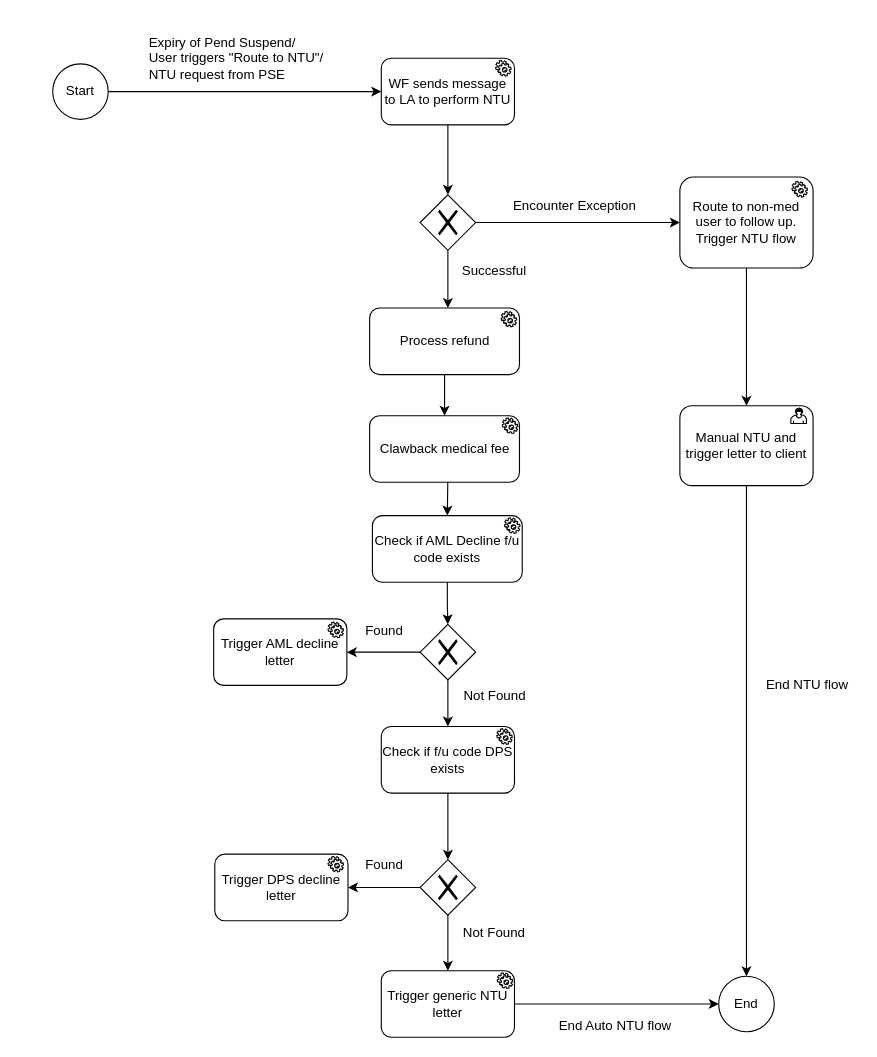
The draw.io diagram page "Auto NTU" (11 of 11) of HS.drawio in Jefferzonlee/WorkFlow-BPR, before the edit. Source tidied: cells renumbered, new cells numbered last; positions are measured from the earlier drawing's top-left corner, leaving out a move shared by most shapes. Both pictures are drawn from the tidied source at 111%, with x=0, y=0 at pixel (52, 19).
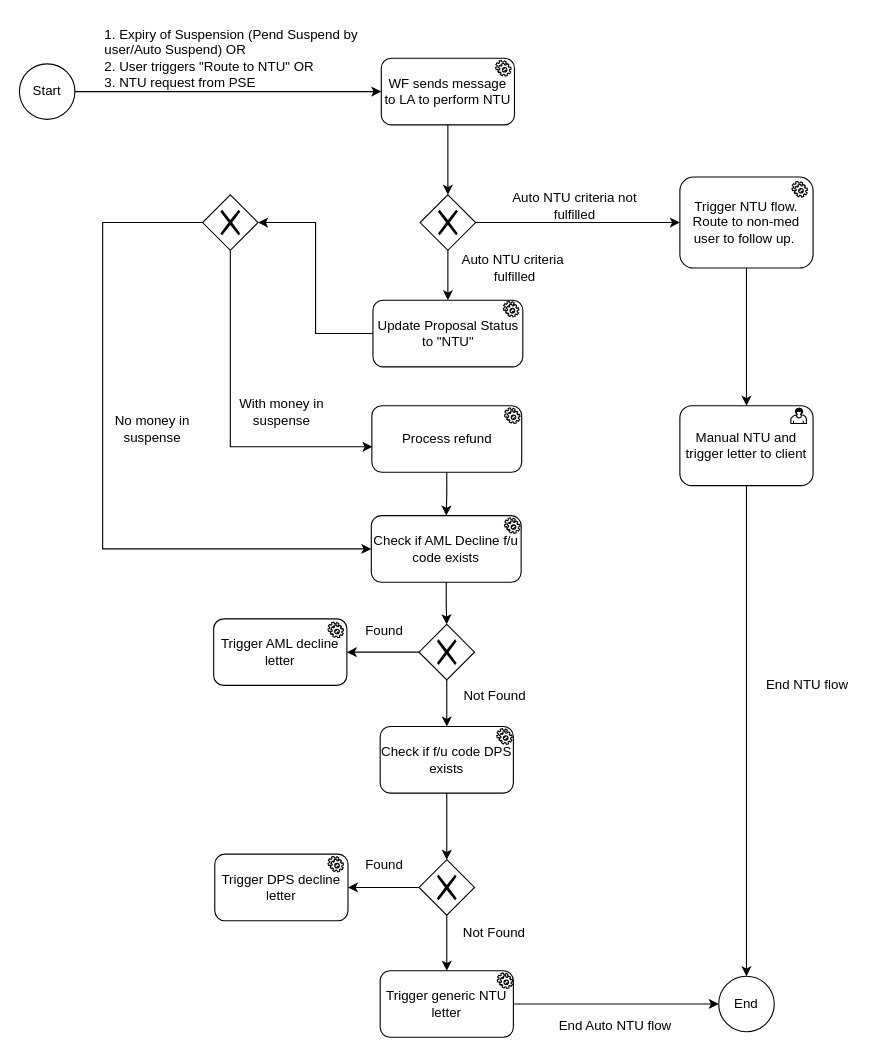
The same page after the edit.

Unchanged cells that the change refers to:
```xml
<mxCell id="9" style="shape=mxgraph.bpmn.shape;html=1;verticalLabelPosition=bottom;labelBackgroundColor=#ffffff;verticalAlign=top;align=center;perimeter=rhombusPerimeter;background=gateway;outlineConnect=0;outline=none;symbol=exclusiveGw;" parent="1" vertex="1">
  <mxGeometry x="331" y="158" width="50" height="50" as="geometry" />
</mxCell>
```

What changed in the source:
```diff
@@
     <mxCell id="3" value="Start" style="ellipse;whiteSpace=wrap;html=1;" parent="1" vertex="1">
-      <mxGeometry y="40" width="50" height="50" as="geometry" />
+      <mxGeometry x="-30" y="40" width="50" height="50" as="geometry" />
     </mxCell>
@@
-    <mxCell id="6" value="Expiry of Pend Suspend/&lt;br&gt;User triggers &quot;Route to NTU&quot;/&lt;br&gt;NTU request from PSE" style="text;html=1;strokeColor=none;fillColor=none;align=left;verticalAlign=middle;whiteSpace=wrap;rounded=0;" parent="1" vertex="1">
-      <mxGeometry x="85" width="170" height="70" as="geometry" />
+    <mxCell id="6" value="1. Expiry of Suspension (Pend Suspend by user/Auto Suspend) OR&amp;nbsp;&lt;br&gt;2. User triggers &quot;Route to NTU&quot; OR&lt;br&gt;3. NTU request from PSE" style="text;html=1;strokeColor=none;fillColor=none;align=left;verticalAlign=middle;whiteSpace=wrap;rounded=0;" parent="1" vertex="1">
+      <mxGeometry x="45" width="240" height="70" as="geometry" />
     </mxCell>
-    <mxCell id="7" style="edgeStyle=orthogonalEdgeStyle;rounded=0;jettySize=auto;html=1;entryX=0.5;entryY=0;entryDx=0;entryDy=0;" parent="1" edge="1" source="9">
-      <mxGeometry relative="1" as="geometry">
-        <mxPoint x="356" y="260" as="targetPoint" />
-      </mxGeometry>
-    </mxCell>
@@
+    <mxCell id="51" style="edgeStyle=orthogonalEdgeStyle;rounded=0;jettySize=auto;html=1;entryX=0.5;entryY=0;entryDx=0;entryDy=0;" parent="1" edge="1" source="9" target="58">
+      <mxGeometry relative="1" as="geometry" />
+    </mxCell>
@@
-    <mxCell id="10" value="Successful" style="text;html=1;strokeColor=none;fillColor=none;align=center;verticalAlign=middle;whiteSpace=wrap;rounded=0;" parent="1" vertex="1">
-      <mxGeometry x="353" y="208" width="90" height="37" as="geometry" />
-    </mxCell>
-    <mxCell id="11" value="Encounter Exception" style="text;html=1;strokeColor=none;fillColor=none;align=center;verticalAlign=middle;whiteSpace=wrap;rounded=0;" parent="1" vertex="1">
+    <mxCell id="11" value="Auto NTU criteria not fulfilled" style="text;html=1;strokeColor=none;fillColor=none;align=center;verticalAlign=middle;whiteSpace=wrap;rounded=0;" parent="1" vertex="1">
       <mxGeometry x="406" y="149" width="129" height="37" as="geometry" />
     </mxCell>
@@
     <mxCell id="14" style="shape=mxgraph.bpmn.shape;html=1;verticalLabelPosition=bottom;labelBackgroundColor=#ffffff;verticalAlign=top;align=center;perimeter=rhombusPerimeter;background=gateway;outlineConnect=0;outline=none;symbol=exclusiveGw;" parent="1" vertex="1">
-      <mxGeometry x="331" y="545" width="50" height="50" as="geometry" />
+      <mxGeometry x="330" y="545" width="50" height="50" as="geometry" />
     </mxCell>
@@
     <mxCell id="19" style="shape=mxgraph.bpmn.shape;html=1;verticalLabelPosition=bottom;labelBackgroundColor=#ffffff;verticalAlign=top;align=center;perimeter=rhombusPerimeter;background=gateway;outlineConnect=0;outline=none;symbol=exclusiveGw;" parent="1" vertex="1">
-      <mxGeometry x="331" y="757" width="50" height="50" as="geometry" />
+      <mxGeometry x="330" y="757" width="50" height="50" as="geometry" />
     </mxCell>
@@
     <mxCell id="23" value="&lt;span style=&quot;text-align: left&quot;&gt;Check if AML Decline f/u code exists&lt;/span&gt;" style="rounded=1;whiteSpace=wrap;html=1;" parent="1" vertex="1">
-      <mxGeometry x="288" y="447" width="135" height="60" as="geometry" />
+      <mxGeometry x="287" y="447" width="135" height="60" as="geometry" />
     </mxCell>
@@
     <mxCell id="25" value="&lt;span style=&quot;text-align: left&quot;&gt;Check if f/u code DPS exists&lt;/span&gt;" style="rounded=1;whiteSpace=wrap;html=1;" parent="1" vertex="1">
-      <mxGeometry x="296" y="637" width="120" height="60" as="geometry" />
+      <mxGeometry x="295" y="637" width="120" height="60" as="geometry" />
     </mxCell>
@@
     <mxCell id="29" value="&lt;span style=&quot;text-align: left&quot;&gt;Trigger generic NTU letter&lt;/span&gt;" style="rounded=1;whiteSpace=wrap;html=1;" parent="1" vertex="1">
-      <mxGeometry x="296" y="857" width="120" height="60" as="geometry" />
+      <mxGeometry x="295" y="857" width="120" height="60" as="geometry" />
     </mxCell>
@@
-    <mxCell id="31" value="Route to non-med user to follow up. Trigger NTU flow" style="rounded=1;whiteSpace=wrap;html=1;" parent="1" vertex="1">
+    <mxCell id="31" value="Trigger NTU flow.&lt;br&gt;Route to non-med user to follow up.&amp;nbsp;" style="rounded=1;whiteSpace=wrap;html=1;" parent="1" vertex="1">
       <mxGeometry x="565" y="142" width="120" height="82" as="geometry" />
     </mxCell>
@@
-    <mxCell id="36" style="edgeStyle=orthogonalEdgeStyle;rounded=0;jettySize=auto;html=1;entryX=0.5;entryY=0;entryDx=0;entryDy=0;" parent="1" edge="1" target="23">
-      <mxGeometry relative="1" as="geometry">
-        <mxPoint x="356" y="410" as="sourcePoint" />
-      </mxGeometry>
-    </mxCell>
-    <mxCell id="37" value="&lt;span style=&quot;text-align: left&quot;&gt;Clawback medical fee&lt;/span&gt;" style="rounded=1;whiteSpace=wrap;html=1;" parent="1" vertex="1">
-      <mxGeometry x="285.5" y="357" width="135" height="60" as="geometry" />
-    </mxCell>
-    <mxCell id="38" style="edgeStyle=orthogonalEdgeStyle;rounded=0;jettySize=auto;html=1;entryX=0.5;entryY=0;entryDx=0;entryDy=0;" parent="1" edge="1" source="39" target="37">
+    <mxCell id="38" style="edgeStyle=orthogonalEdgeStyle;rounded=0;jettySize=auto;html=1;entryX=0.5;entryY=0;entryDx=0;entryDy=0;" parent="1" edge="1" source="39" target="23">
       <mxGeometry relative="1" as="geometry" />
     </mxCell>
     <mxCell id="39" value="&lt;span style=&quot;text-align: left&quot;&gt;Process refund&lt;/span&gt;" style="rounded=1;whiteSpace=wrap;html=1;" parent="1" vertex="1">
-      <mxGeometry x="285.5" y="260" width="135" height="60" as="geometry" />
+      <mxGeometry x="287.5" y="348" width="135" height="60" as="geometry" />
     </mxCell>
@@
-    <mxCell id="41" style="shape=mxgraph.bpmn.service_task;html=1;" parent="1" vertex="1">
-      <mxGeometry x="405" y="359" width="14" height="14" as="geometry" />
-    </mxCell>
@@
     <mxCell id="46" style="shape=mxgraph.bpmn.service_task;html=1;" parent="1" vertex="1">
-      <mxGeometry x="404" y="263" width="14" height="14" as="geometry" />
+      <mxGeometry x="407" y="350" width="14" height="14" as="geometry" />
     </mxCell>
@@
+    <mxCell id="52" style="edgeStyle=orthogonalEdgeStyle;rounded=0;jettySize=auto;html=1;entryX=0;entryY=0.5;entryDx=0;entryDy=0;" parent="1" edge="1" source="54" target="23">
+      <mxGeometry relative="1" as="geometry">
+        <Array as="points">
+          <mxPoint x="45" y="183" />
+          <mxPoint x="45" y="477" />
+        </Array>
+      </mxGeometry>
+    </mxCell>
+    <mxCell id="53" style="edgeStyle=orthogonalEdgeStyle;rounded=0;jettySize=auto;html=1;entryX=0.004;entryY=0.617;entryDx=0;entryDy=0;entryPerimeter=0;" parent="1" edge="1" source="54" target="39">
+      <mxGeometry relative="1" as="geometry">
+        <Array as="points">
+          <mxPoint x="160" y="385" />
+        </Array>
+      </mxGeometry>
+    </mxCell>
+    <mxCell id="54" style="shape=mxgraph.bpmn.shape;html=1;verticalLabelPosition=bottom;labelBackgroundColor=#ffffff;verticalAlign=top;align=center;perimeter=rhombusPerimeter;background=gateway;outlineConnect=0;outline=none;symbol=exclusiveGw;" parent="1" vertex="1">
+      <mxGeometry x="135" y="158" width="50" height="50" as="geometry" />
+    </mxCell>
+    <mxCell id="55" value="With money in suspense" style="text;html=1;strokeColor=none;fillColor=none;align=center;verticalAlign=middle;whiteSpace=wrap;rounded=0;" parent="1" vertex="1">
+      <mxGeometry x="159" y="344" width="95" height="20" as="geometry" />
+    </mxCell>
+    <mxCell id="56" value="No money in suspense" style="text;html=1;strokeColor=none;fillColor=none;align=center;verticalAlign=middle;whiteSpace=wrap;rounded=0;" parent="1" vertex="1">
+      <mxGeometry x="55" y="359" width="70" height="20" as="geometry" />
+    </mxCell>
+    <mxCell id="57" style="edgeStyle=orthogonalEdgeStyle;rounded=0;jettySize=auto;html=1;entryX=1;entryY=0.5;entryDx=0;entryDy=0;" parent="1" edge="1" source="58" target="54">
+      <mxGeometry relative="1" as="geometry" />
+    </mxCell>
+    <mxCell id="58" value="&lt;span style=&quot;text-align: left&quot;&gt;Update Proposal Status to &quot;NTU&quot;&lt;/span&gt;" style="rounded=1;whiteSpace=wrap;html=1;" parent="1" vertex="1">
+      <mxGeometry x="288.5" y="253" width="135" height="60" as="geometry" />
+    </mxCell>
+    <mxCell id="59" value="Auto NTU criteria&amp;nbsp; fulfilled" style="text;html=1;strokeColor=none;fillColor=none;align=center;verticalAlign=middle;whiteSpace=wrap;rounded=0;" parent="1" vertex="1">
+      <mxGeometry x="351.5" y="205.5" width="129" height="37" as="geometry" />
+    </mxCell>
+    <mxCell id="60" style="shape=mxgraph.bpmn.service_task;html=1;" parent="1" vertex="1">
+      <mxGeometry x="406" y="254" width="14" height="14" as="geometry" />
+    </mxCell>
```
